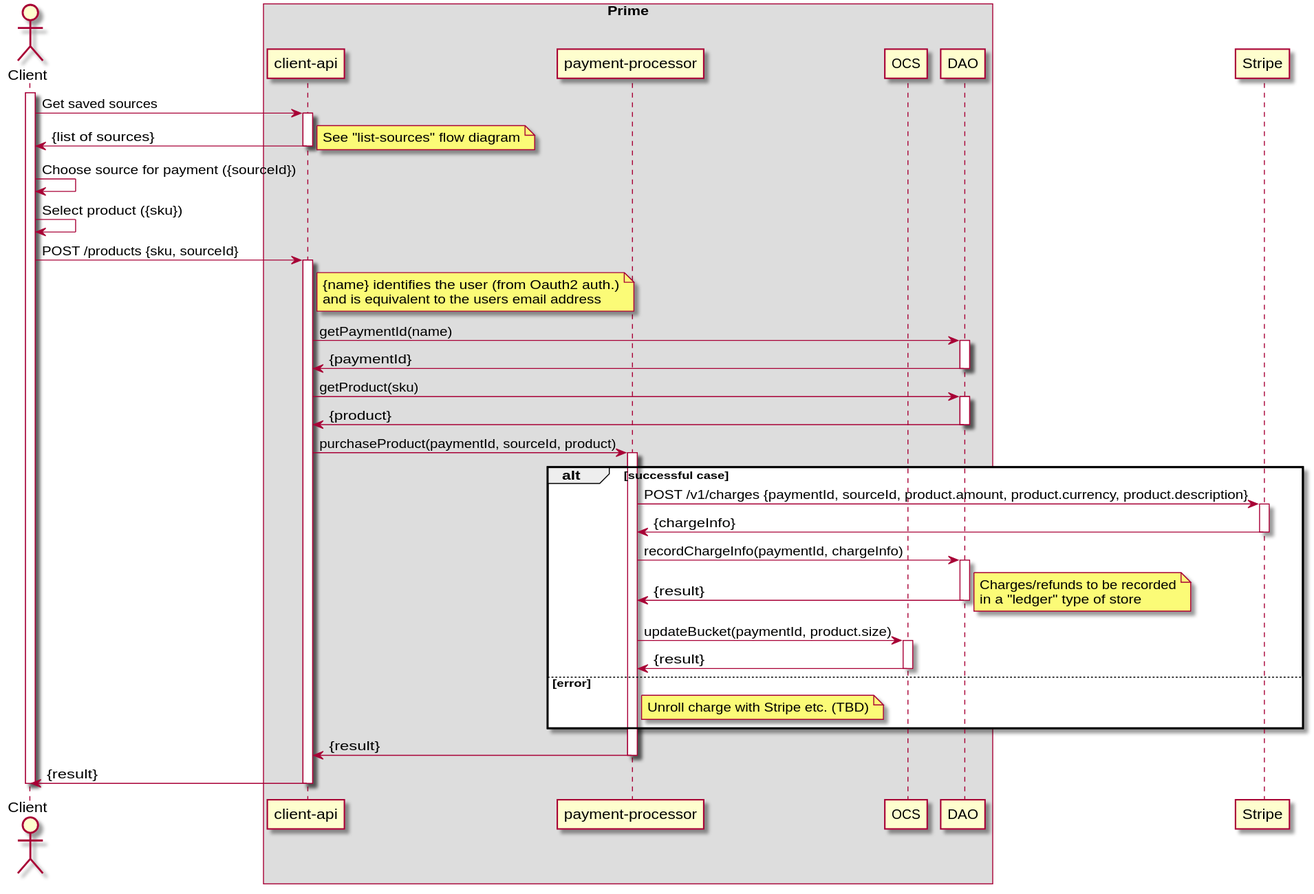
Earlier version of the PlantUML export payment-processor/doc/diagrams/purchase-with-saved-source.svg (ostelco/ostelco-core).
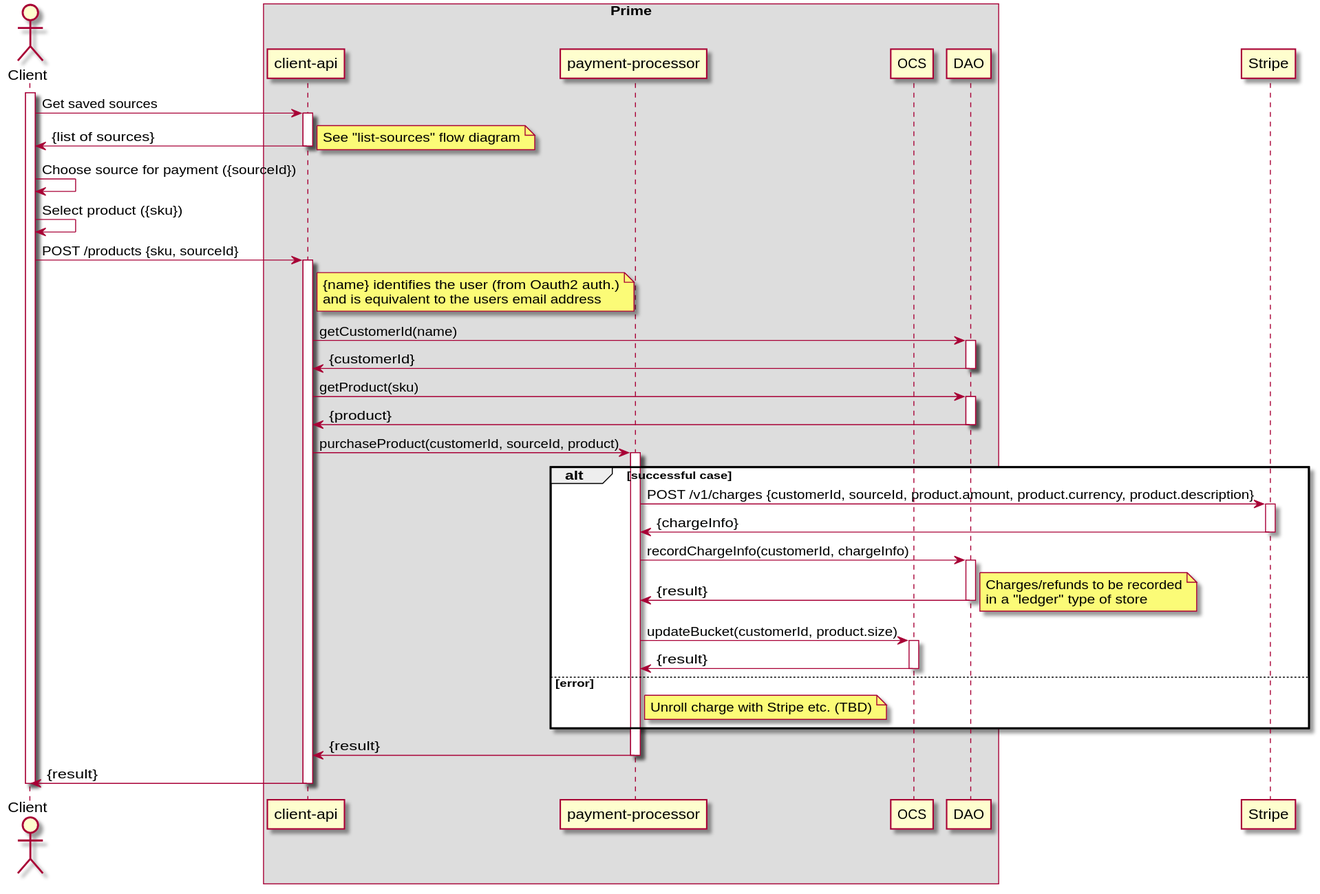
After the commit.

Change to the diagram source:
```diff
@@ -29,9 +29,9 @@
        and is equivalent to the users email address
     end note
 
-    "client-api" -> DAO : getPaymentId(name)
+    "client-api" -> DAO : getCustomerId(name)
     activate DAO
-    DAO -> "client-api" : {paymentId}
+    DAO -> "client-api" : {customerId}
     deactivate DAO
 
     "client-api" -> DAO : getProduct(sku)
@@ -39,16 +39,16 @@
     DAO -> "client-api" : {product}
     deactivate DAO
 
-    "client-api" -> "payment-processor" : purchaseProduct(paymentId, sourceId, product)
+    "client-api" -> "payment-processor" : purchaseProduct(customerId, sourceId, product)
     activate "payment-processor"
 
     alt successful case
-        "payment-processor" -> Stripe : POST /v1/charges {paymentId, sourceId, product.amount, product.currency, product.description}
+        "payment-processor" -> Stripe : POST /v1/charges {customerId, sourceId, product.amount, product.currency, product.description}
         activate Stripe
         Stripe -> "payment-processor" : {chargeInfo}
         deactivate Stripe
 
-        "payment-processor" -> DAO: recordChargeInfo(paymentId, chargeInfo)
+        "payment-processor" -> DAO: recordChargeInfo(customerId, chargeInfo)
         activate DAO
         DAO -> "payment-processor" : {result}
         deactivate DAO
@@ -57,7 +57,7 @@
           in a "ledger" type of store
         end note
 
-        "payment-processor" -> OCS : updateBucket(paymentId, product.size)
+        "payment-processor" -> OCS : updateBucket(customerId, product.size)
         activate OCS
         OCS -> "payment-processor" : {result}
         deactivate OCS
```
